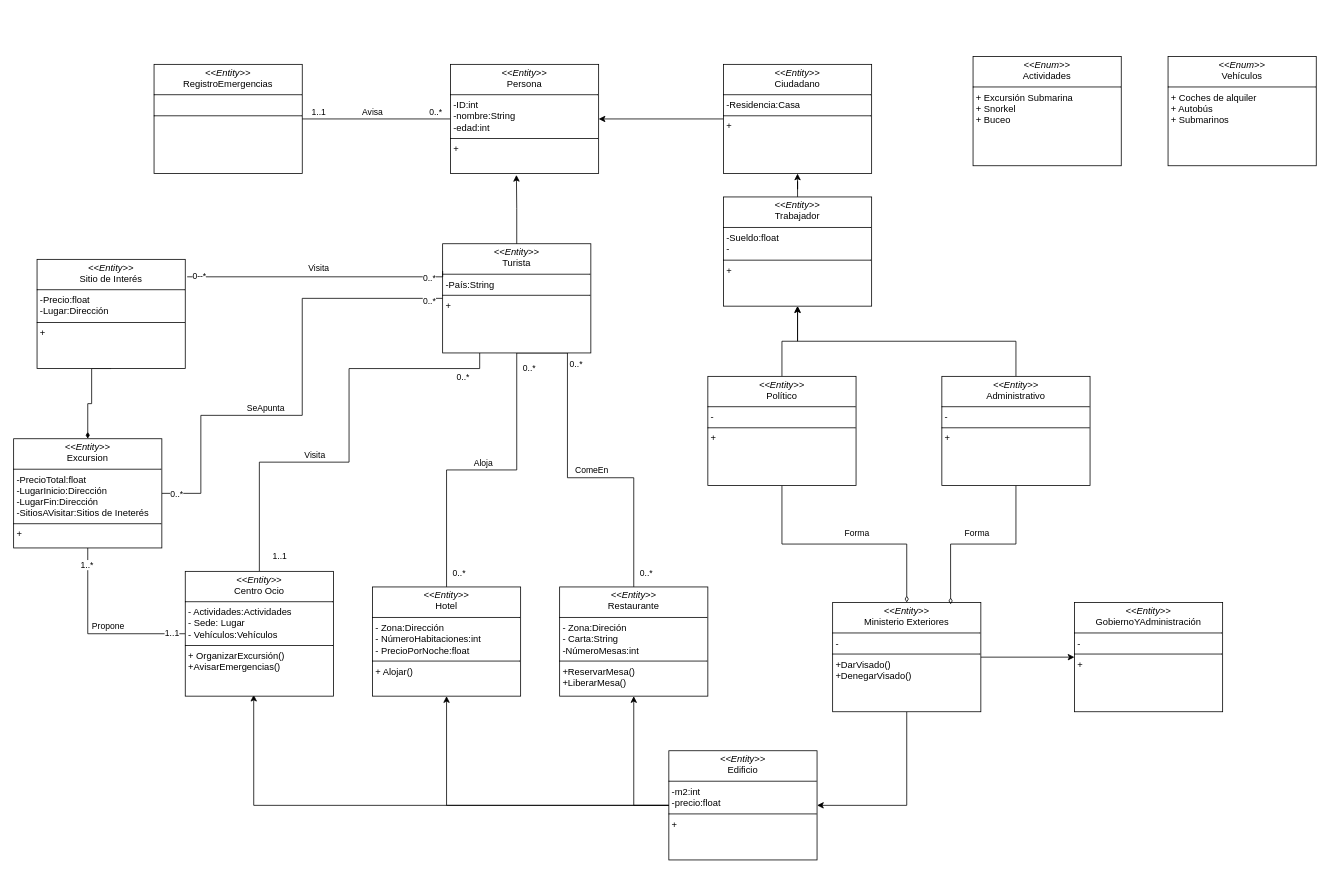
Earlier version of the draw.io diagram MFIS/Diagrama sin título.drawio (israelfargasasquith/UHUCode). Source tidied: cells renumbered, new cells numbered last; positions are measured from the earlier drawing's top-left corner, leaving out a move shared by most shapes. Both pictures are drawn from the tidied source at 78%, with x=0, y=0 at pixel (13, 56).
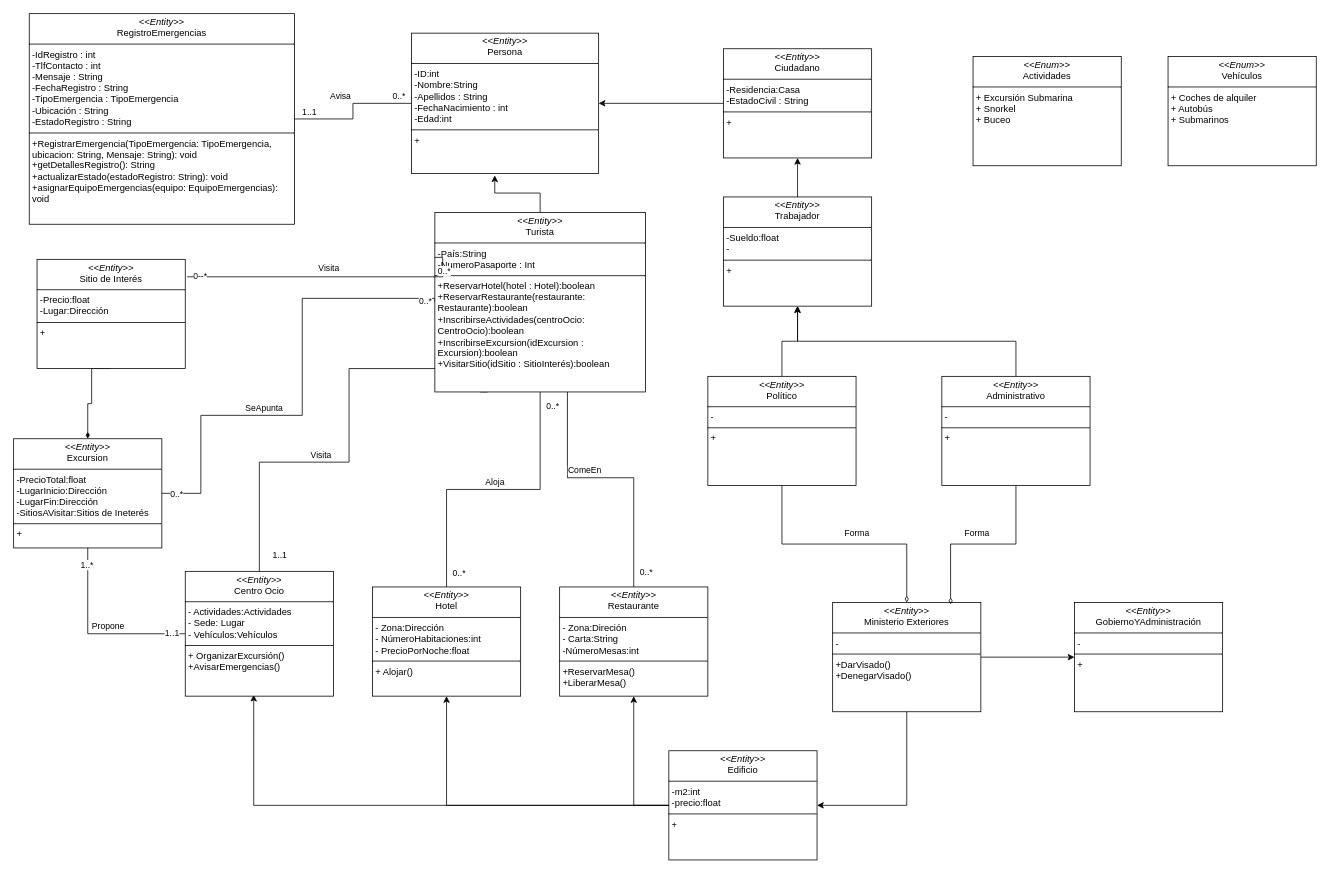
Above is the later version.

The edit, as a diff of the source:
```diff
@@
-    <mxCell id="5" value="&lt;p style=&quot;margin:0px;margin-top:4px;text-align:center;&quot;&gt;&lt;i&gt;&amp;lt;&amp;lt;Entity&amp;gt;&amp;gt;&lt;/i&gt;&lt;br&gt;RegistroEmergencias&lt;/p&gt;&lt;hr size=&quot;1&quot; style=&quot;border-style:solid;&quot;&gt;&lt;p style=&quot;margin:0px;margin-left:4px;&quot;&gt;&lt;br&gt;&lt;/p&gt;&lt;hr size=&quot;1&quot; style=&quot;border-style:solid;&quot;&gt;&lt;p style=&quot;margin:0px;margin-left:4px;&quot;&gt;&lt;br&gt;&lt;/p&gt;" style="verticalAlign=top;align=left;overflow=fill;html=1;whiteSpace=wrap;" parent="1" vertex="1">
-      <mxGeometry x="180" y="10" width="190" height="140" as="geometry" />
+    <mxCell id="5" value="&lt;p style=&quot;margin:0px;margin-top:4px;text-align:center;&quot;&gt;&lt;i&gt;&amp;lt;&amp;lt;Entity&amp;gt;&amp;gt;&lt;/i&gt;&lt;br&gt;RegistroEmergencias&lt;/p&gt;&lt;hr size=&quot;1&quot; style=&quot;border-style:solid;&quot;&gt;&lt;p style=&quot;margin:0px;margin-left:4px;&quot;&gt;-IdRegistro : int&lt;/p&gt;&lt;p style=&quot;margin:0px;margin-left:4px;&quot;&gt;-TlfContacto : int&lt;/p&gt;&lt;p style=&quot;margin:0px;margin-left:4px;&quot;&gt;-Mensaje : String&lt;/p&gt;&lt;p style=&quot;margin:0px;margin-left:4px;&quot;&gt;-FechaRegistro : String&lt;/p&gt;&lt;p style=&quot;margin:0px;margin-left:4px;&quot;&gt;-TipoEmergencia : TipoEmergencia&lt;/p&gt;&lt;p style=&quot;margin:0px;margin-left:4px;&quot;&gt;-Ubicación : String&lt;/p&gt;&lt;p style=&quot;margin:0px;margin-left:4px;&quot;&gt;-EstadoRegistro : String&lt;/p&gt;&lt;hr size=&quot;1&quot; style=&quot;border-style:solid;&quot;&gt;&lt;p style=&quot;margin:0px;margin-left:4px;&quot;&gt;+RegistrarEmergencia(TipoEmergencia: TipoEmergencia, ubicacion: String, Mensaje: String): void&lt;/p&gt;&lt;p style=&quot;margin:0px;margin-left:4px;&quot;&gt;+getDetallesRegistro(): String&lt;/p&gt;&lt;p style=&quot;margin:0px;margin-left:4px;&quot;&gt;+actualizarEstado(estadoRegistro: String): void&lt;/p&gt;&lt;p style=&quot;margin:0px;margin-left:4px;&quot;&gt;+asignarEquipoEmergencias(equipo: EquipoEmergencias): void&lt;/p&gt;" style="verticalAlign=top;align=left;overflow=fill;html=1;whiteSpace=wrap;" parent="1" vertex="1">
+      <mxGeometry x="20" y="-55" width="340" height="270" as="geometry" />
     </mxCell>
@@
-    <mxCell id="24" value="&lt;p style=&quot;margin:0px;margin-top:4px;text-align:center;&quot;&gt;&lt;i&gt;&amp;lt;&amp;lt;Entity&amp;gt;&amp;gt;&lt;/i&gt;&lt;br&gt;Turista&lt;/p&gt;&lt;hr size=&quot;1&quot; style=&quot;border-style:solid;&quot;&gt;&lt;p style=&quot;margin:0px;margin-left:4px;&quot;&gt;-País:String&lt;/p&gt;&lt;hr size=&quot;1&quot; style=&quot;border-style:solid;&quot;&gt;&lt;p style=&quot;margin:0px;margin-left:4px;&quot;&gt;+&lt;/p&gt;&lt;p style=&quot;margin:0px;margin-left:4px;&quot;&gt;&lt;br&gt;&lt;/p&gt;" style="verticalAlign=top;align=left;overflow=fill;html=1;whiteSpace=wrap;" parent="1" vertex="1">
-      <mxGeometry x="550" y="240" width="190" height="140" as="geometry" />
+    <mxCell id="24" value="&lt;p style=&quot;margin:0px;margin-top:4px;text-align:center;&quot;&gt;&lt;i&gt;&amp;lt;&amp;lt;Entity&amp;gt;&amp;gt;&lt;/i&gt;&lt;br&gt;Turista&lt;/p&gt;&lt;hr size=&quot;1&quot; style=&quot;border-style:solid;&quot;&gt;&lt;p style=&quot;margin:0px;margin-left:4px;&quot;&gt;-País:String&lt;/p&gt;&lt;p style=&quot;margin:0px;margin-left:4px;&quot;&gt;-NumeroPasaporte : Int&lt;/p&gt;&lt;hr size=&quot;1&quot; style=&quot;border-style:solid;&quot;&gt;&lt;p style=&quot;margin:0px;margin-left:4px;&quot;&gt;+ReservarHotel(hotel : Hotel):boolean&lt;/p&gt;&lt;p style=&quot;margin: 0px 0px 0px 4px;&quot;&gt;+ReservarRestaurante(restaurante: Restaurante):boolean&lt;/p&gt;&lt;p style=&quot;margin: 0px 0px 0px 4px;&quot;&gt;+InscribirseActividades(centroOcio: C&lt;span style=&quot;background-color: initial;&quot;&gt;entroOcio&lt;/span&gt;&lt;span style=&quot;background-color: initial;&quot;&gt;):boolean&lt;/span&gt;&lt;/p&gt;&lt;p style=&quot;margin: 0px 0px 0px 4px;&quot;&gt;&lt;span style=&quot;background-color: initial;&quot;&gt;+InscribirseExcursion(idExcursion : Excursion):boolean&lt;/span&gt;&lt;/p&gt;&lt;p style=&quot;margin: 0px 0px 0px 4px;&quot;&gt;&lt;span style=&quot;background-color: initial;&quot;&gt;+VisitarSitio(idSitio : SitioInterés):boolean&lt;/span&gt;&lt;/p&gt;&lt;p style=&quot;margin: 0px 0px 0px 4px;&quot;&gt;&lt;br&gt;&lt;/p&gt;&lt;p style=&quot;margin: 0px 0px 0px 4px;&quot;&gt;&lt;br&gt;&lt;/p&gt;&lt;p style=&quot;margin:0px;margin-left:4px;&quot;&gt;&lt;br&gt;&lt;/p&gt;" style="verticalAlign=top;align=left;overflow=fill;html=1;whiteSpace=wrap;" parent="1" vertex="1">
+      <mxGeometry x="540" y="200" width="270" height="230" as="geometry" />
     </mxCell>
@@
-    <mxCell id="37" value="&lt;p style=&quot;margin:0px;margin-top:4px;text-align:center;&quot;&gt;&lt;i&gt;&amp;lt;&amp;lt;Entity&amp;gt;&amp;gt;&lt;/i&gt;&lt;br&gt;Persona&lt;/p&gt;&lt;hr size=&quot;1&quot; style=&quot;border-style:solid;&quot;&gt;&lt;p style=&quot;margin:0px;margin-left:4px;&quot;&gt;-&lt;span style=&quot;background-color: initial;&quot;&gt;ID:int&lt;/span&gt;&lt;/p&gt;&lt;p style=&quot;margin: 0px 0px 0px 4px;&quot;&gt;-nombre:String&lt;/p&gt;&lt;p style=&quot;margin: 0px 0px 0px 4px;&quot;&gt;-edad:int&lt;/p&gt;&lt;hr size=&quot;1&quot; style=&quot;border-style:solid;&quot;&gt;&lt;p style=&quot;margin:0px;margin-left:4px;&quot;&gt;+&lt;/p&gt;&lt;p style=&quot;margin:0px;margin-left:4px;&quot;&gt;&lt;br&gt;&lt;/p&gt;" style="verticalAlign=top;align=left;overflow=fill;html=1;whiteSpace=wrap;" parent="1" vertex="1">
-      <mxGeometry x="560" y="10" width="190" height="140" as="geometry" />
+    <mxCell id="37" value="&lt;p style=&quot;margin:0px;margin-top:4px;text-align:center;&quot;&gt;&lt;i&gt;&amp;lt;&amp;lt;Entity&amp;gt;&amp;gt;&lt;/i&gt;&lt;br&gt;Persona&lt;/p&gt;&lt;hr size=&quot;1&quot; style=&quot;border-style:solid;&quot;&gt;&lt;p style=&quot;margin:0px;margin-left:4px;&quot;&gt;-&lt;span style=&quot;background-color: initial;&quot;&gt;ID:int&lt;/span&gt;&lt;/p&gt;&lt;p style=&quot;margin: 0px 0px 0px 4px;&quot;&gt;-Nombre:String&lt;/p&gt;&lt;p style=&quot;margin: 0px 0px 0px 4px;&quot;&gt;-Apellidos : String&lt;/p&gt;&lt;p style=&quot;margin: 0px 0px 0px 4px;&quot;&gt;-FechaNacimiento : int&lt;/p&gt;&lt;p style=&quot;margin: 0px 0px 0px 4px;&quot;&gt;-Edad:int&lt;/p&gt;&lt;hr size=&quot;1&quot; style=&quot;border-style:solid;&quot;&gt;&lt;p style=&quot;margin:0px;margin-left:4px;&quot;&gt;+&lt;/p&gt;&lt;p style=&quot;margin:0px;margin-left:4px;&quot;&gt;&lt;br&gt;&lt;/p&gt;" style="verticalAlign=top;align=left;overflow=fill;html=1;whiteSpace=wrap;" parent="1" vertex="1">
+      <mxGeometry x="510" y="-30" width="240" height="180" as="geometry" />
     </mxCell>
@@
-    <mxCell id="39" value="&lt;p style=&quot;margin:0px;margin-top:4px;text-align:center;&quot;&gt;&lt;i&gt;&amp;lt;&amp;lt;Entity&amp;gt;&amp;gt;&lt;/i&gt;&lt;br&gt;Ciudadano&lt;/p&gt;&lt;hr size=&quot;1&quot; style=&quot;border-style:solid;&quot;&gt;&lt;p style=&quot;margin:0px;margin-left:4px;&quot;&gt;&lt;span style=&quot;background-color: initial;&quot;&gt;-Residencia:Casa&lt;/span&gt;&lt;br&gt;&lt;/p&gt;&lt;hr size=&quot;1&quot; style=&quot;border-style:solid;&quot;&gt;&lt;p style=&quot;margin:0px;margin-left:4px;&quot;&gt;+&lt;/p&gt;&lt;p style=&quot;margin:0px;margin-left:4px;&quot;&gt;&lt;br&gt;&lt;/p&gt;" style="verticalAlign=top;align=left;overflow=fill;html=1;whiteSpace=wrap;" parent="1" vertex="1">
-      <mxGeometry x="910" y="10" width="190" height="140" as="geometry" />
+    <mxCell id="39" value="&lt;p style=&quot;margin:0px;margin-top:4px;text-align:center;&quot;&gt;&lt;i&gt;&amp;lt;&amp;lt;Entity&amp;gt;&amp;gt;&lt;/i&gt;&lt;br&gt;Ciudadano&lt;/p&gt;&lt;hr size=&quot;1&quot; style=&quot;border-style:solid;&quot;&gt;&lt;p style=&quot;margin:0px;margin-left:4px;&quot;&gt;&lt;span style=&quot;background-color: initial;&quot;&gt;-Residencia:Casa&lt;/span&gt;&lt;br&gt;&lt;/p&gt;&lt;p style=&quot;margin:0px;margin-left:4px;&quot;&gt;&lt;span style=&quot;background-color: initial;&quot;&gt;-EstadoCivil : String&lt;/span&gt;&lt;/p&gt;&lt;hr size=&quot;1&quot; style=&quot;border-style:solid;&quot;&gt;&lt;p style=&quot;margin:0px;margin-left:4px;&quot;&gt;+&lt;/p&gt;&lt;p style=&quot;margin:0px;margin-left:4px;&quot;&gt;&lt;br&gt;&lt;/p&gt;" style="verticalAlign=top;align=left;overflow=fill;html=1;whiteSpace=wrap;" parent="1" vertex="1">
+      <mxGeometry x="910" y="-10" width="190" height="140" as="geometry" />
     </mxCell>
```
